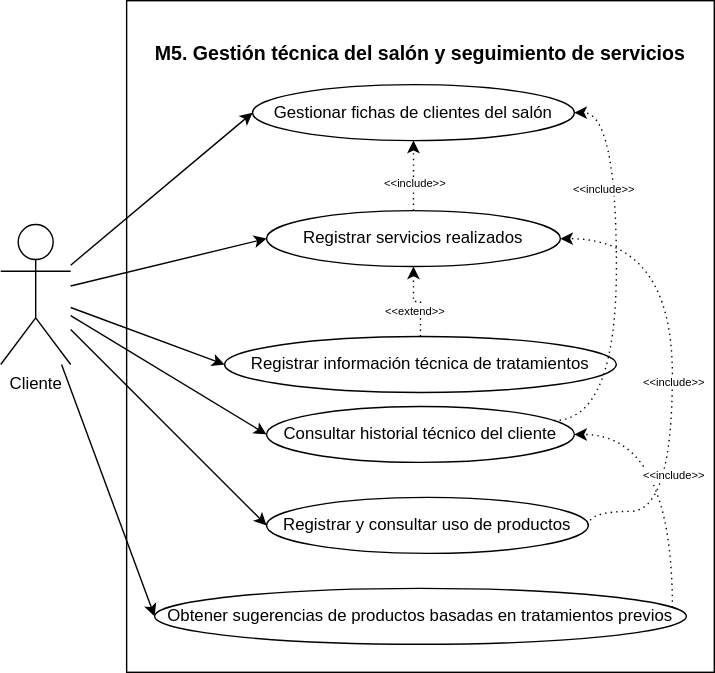
This is docs/docs/figures/UML/CasosDeUso/M5_CasosDeUso.svg from MadaoSurmanito/app-tfg, a draw.io export, as it was before one commit. Source tidied: cells renumbered, new cells last; positions are measured from the earlier drawing's top-left corner, leaving out a move shared by most shapes. Its diagram source:
```xml
<mxGraphModel>
  <root>
    <mxCell id="0" />
    <mxCell id="1" parent="0" />
    <mxCell id="2" value="&lt;h1&gt;&lt;font style=&quot;font-size: 14px;&quot;&gt;M5. Gestión técnica del salón y seguimiento de servicios&lt;/font&gt;&lt;/h1&gt;" style="rounded=0;whiteSpace=wrap;html=1;verticalAlign=top;spacing=0;labelPosition=center;verticalLabelPosition=middle;align=center;" parent="1" vertex="1">
      <mxGeometry x="90" width="420" height="480" as="geometry" />
    </mxCell>
    <mxCell id="3" value="Cliente" style="shape=umlActor;verticalLabelPosition=bottom;verticalAlign=top;html=1;outlineConnect=0;" parent="1" vertex="1">
      <mxGeometry y="160" width="50" height="100" as="geometry" />
    </mxCell>
    <mxCell id="4" value="Gestionar fichas de clientes del salón" style="ellipse;whiteSpace=wrap;html=1;" parent="1" vertex="1">
      <mxGeometry x="180" y="60" width="230" height="40" as="geometry" />
    </mxCell>
    <mxCell id="5" value="Registrar servicios realizados" style="ellipse;whiteSpace=wrap;html=1;" parent="1" vertex="1">
      <mxGeometry x="190" y="150" width="210" height="40" as="geometry" />
    </mxCell>
    <mxCell id="6" value="Registrar información técnica de tratamientos" style="ellipse;whiteSpace=wrap;html=1;" parent="1" vertex="1">
      <mxGeometry x="160" y="240" width="280" height="40" as="geometry" />
    </mxCell>
    <mxCell id="7" value="Consultar historial&amp;nbsp;técnico del cliente" style="ellipse;whiteSpace=wrap;html=1;" parent="1" vertex="1">
      <mxGeometry x="190" y="290" width="220" height="40" as="geometry" />
    </mxCell>
    <mxCell id="8" value="Registrar y consultar uso de productos" style="ellipse;whiteSpace=wrap;html=1;" parent="1" vertex="1">
      <mxGeometry x="190" y="355" width="230" height="40" as="geometry" />
    </mxCell>
    <mxCell id="9" value="Obtener sugerencias de productos basadas en tratamientos previos" style="ellipse;whiteSpace=wrap;html=1;" parent="1" vertex="1">
      <mxGeometry x="110" y="420" width="380" height="40" as="geometry" />
    </mxCell>
    <mxCell id="10" style="rounded=0;jettySize=auto;html=1;entryX=0;entryY=0.5;entryDx=0;entryDy=0;" parent="1" edge="1" source="3" target="4">
      <mxGeometry relative="1" as="geometry" />
    </mxCell>
    <mxCell id="11" style="rounded=0;jettySize=auto;html=1;entryX=0;entryY=0.5;entryDx=0;entryDy=0;" parent="1" edge="1" source="3" target="5">
      <mxGeometry relative="1" as="geometry" />
    </mxCell>
    <mxCell id="12" style="rounded=0;jettySize=auto;html=1;entryX=0;entryY=0.5;entryDx=0;entryDy=0;" parent="1" edge="1" source="3" target="6">
      <mxGeometry relative="1" as="geometry" />
    </mxCell>
    <mxCell id="13" style="rounded=0;jettySize=auto;html=1;entryX=0;entryY=0.5;entryDx=0;entryDy=0;" parent="1" edge="1" source="3" target="7">
      <mxGeometry relative="1" as="geometry" />
    </mxCell>
    <mxCell id="14" style="rounded=0;jettySize=auto;html=1;entryX=0;entryY=0.5;entryDx=0;entryDy=0;" parent="1" edge="1" source="3" target="8">
      <mxGeometry relative="1" as="geometry" />
    </mxCell>
    <mxCell id="15" style="rounded=0;jettySize=auto;html=1;entryX=0;entryY=0.5;entryDx=0;entryDy=0;" parent="1" edge="1" source="3" target="9">
      <mxGeometry relative="1" as="geometry" />
    </mxCell>
    <mxCell id="16" style="endArrow=classic;dashed=1;html=1;dashPattern=1 3;strokeWidth=1;rounded=0;endFill=1;startSize=4;endSize=6;" parent="1" edge="1" source="5" target="4">
      <mxGeometry relative="1" as="geometry" />
    </mxCell>
    <mxCell id="17" value="&amp;lt;&amp;lt;include&amp;gt;&amp;gt;" style="edgeLabel;html=1;align=center;verticalAlign=middle;fontSize=8;" parent="16" vertex="1">
      <mxGeometry x="-0.1" relative="1" as="geometry">
        <mxPoint y="3" as="offset" />
      </mxGeometry>
    </mxCell>
    <mxCell id="18" style="endArrow=classic;dashed=1;html=1;dashPattern=1 3;strokeWidth=1;rounded=0;endFill=1;startSize=4;endSize=6;edgeStyle=orthogonalEdgeStyle;" parent="1" edge="1" source="6" target="5">
      <mxGeometry relative="1" as="geometry" />
    </mxCell>
    <mxCell id="19" value="&amp;lt;&amp;lt;extend&amp;gt;&amp;gt;" style="edgeLabel;html=1;align=center;verticalAlign=middle;fontSize=8;" parent="18" vertex="1">
      <mxGeometry x="0.1" relative="1" as="geometry">
        <mxPoint y="7" as="offset" />
      </mxGeometry>
    </mxCell>
    <mxCell id="20" style="endArrow=classic;dashed=1;html=1;dashPattern=1 3;strokeWidth=1;rounded=0;endFill=1;startSize=4;endSize=6;edgeStyle=orthogonalEdgeStyle;curved=1;entryX=1;entryY=0.5;entryDx=0;entryDy=0;" parent="1" edge="1" source="7" target="4">
      <mxGeometry relative="1" as="geometry">
        <Array as="points">
          <mxPoint x="440" y="300" />
          <mxPoint x="440" y="80" />
        </Array>
      </mxGeometry>
    </mxCell>
    <mxCell id="21" value="&amp;lt;&amp;lt;include&amp;gt;&amp;gt;" style="edgeLabel;html=1;align=center;verticalAlign=middle;fontSize=8;" parent="20" vertex="1">
      <mxGeometry x="-0.1" relative="1" as="geometry">
        <mxPoint x="-10" y="-78" as="offset" />
      </mxGeometry>
    </mxCell>
    <mxCell id="22" style="endArrow=classic;dashed=1;html=1;dashPattern=1 3;strokeWidth=1;rounded=0;endFill=1;startSize=4;endSize=6;edgeStyle=orthogonalEdgeStyle;curved=1;exitX=1;exitY=0.5;exitDx=0;exitDy=0;" parent="1" edge="1" source="8" target="5">
      <mxGeometry relative="1" as="geometry">
        <Array as="points">
          <mxPoint x="480" y="365" />
          <mxPoint x="480" y="170" />
        </Array>
      </mxGeometry>
    </mxCell>
    <mxCell id="23" value="&amp;lt;&amp;lt;include&amp;gt;&amp;gt;" style="edgeLabel;html=1;align=center;verticalAlign=middle;fontSize=8;" parent="22" vertex="1">
      <mxGeometry x="-0.1" relative="1" as="geometry">
        <mxPoint y="-8" as="offset" />
      </mxGeometry>
    </mxCell>
    <mxCell id="24" style="endArrow=classic;dashed=1;html=1;dashPattern=1 3;strokeWidth=1;rounded=0;endFill=1;startSize=4;endSize=6;edgeStyle=orthogonalEdgeStyle;curved=1;entryX=1;entryY=0.5;entryDx=0;entryDy=0;" parent="1" edge="1" source="9" target="7">
      <mxGeometry relative="1" as="geometry">
        <Array as="points">
          <mxPoint x="480" y="430" />
          <mxPoint x="480" y="310" />
        </Array>
      </mxGeometry>
    </mxCell>
    <mxCell id="25" value="&amp;lt;&amp;lt;include&amp;gt;&amp;gt;" style="edgeLabel;html=1;align=center;verticalAlign=middle;fontSize=8;" parent="24" vertex="1">
      <mxGeometry x="-0.1" relative="1" as="geometry">
        <mxPoint y="-8" as="offset" />
      </mxGeometry>
    </mxCell>
  </root>
</mxGraphModel>
```
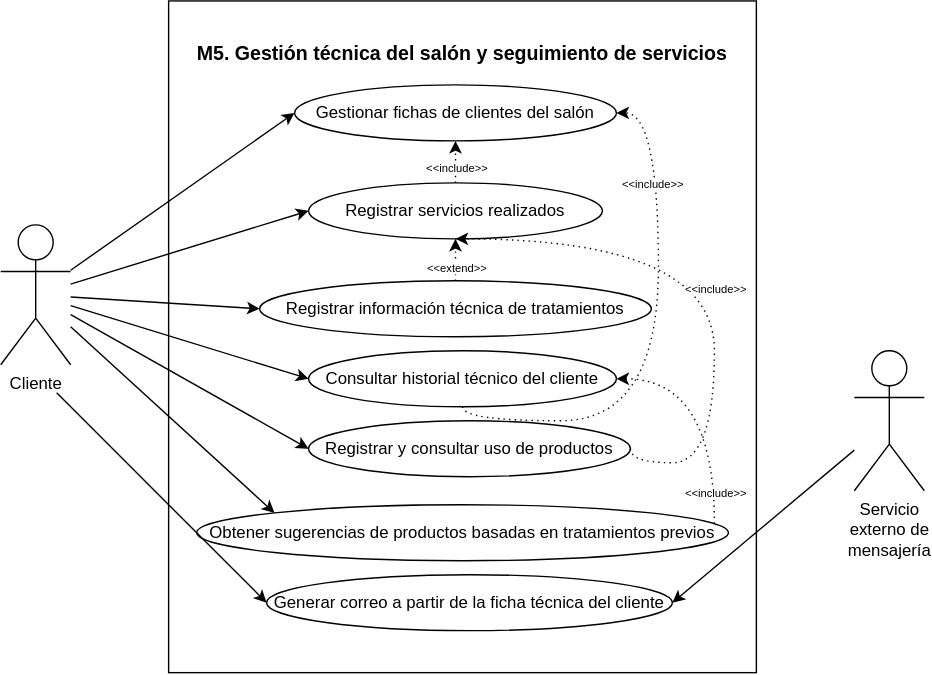
The same diagram one commit later.

Diff of the diagram source:
```diff
@@ -6,25 +6,25 @@
       <mxGeometry x="90" width="420" height="480" as="geometry" />
     </mxCell>
     <mxCell id="3" value="Cliente" style="shape=umlActor;verticalLabelPosition=bottom;verticalAlign=top;html=1;outlineConnect=0;" parent="1" vertex="1">
-      <mxGeometry y="160" width="50" height="100" as="geometry" />
+      <mxGeometry x="-30" y="160" width="50" height="100" as="geometry" />
     </mxCell>
     <mxCell id="4" value="Gestionar fichas de clientes del salón" style="ellipse;whiteSpace=wrap;html=1;" parent="1" vertex="1">
       <mxGeometry x="180" y="60" width="230" height="40" as="geometry" />
     </mxCell>
     <mxCell id="5" value="Registrar servicios realizados" style="ellipse;whiteSpace=wrap;html=1;" parent="1" vertex="1">
-      <mxGeometry x="190" y="150" width="210" height="40" as="geometry" />
+      <mxGeometry x="190" y="130" width="210" height="40" as="geometry" />
     </mxCell>
     <mxCell id="6" value="Registrar información técnica de tratamientos" style="ellipse;whiteSpace=wrap;html=1;" parent="1" vertex="1">
-      <mxGeometry x="160" y="240" width="280" height="40" as="geometry" />
+      <mxGeometry x="155" y="200" width="280" height="40" as="geometry" />
     </mxCell>
     <mxCell id="7" value="Consultar historial&amp;nbsp;técnico del cliente" style="ellipse;whiteSpace=wrap;html=1;" parent="1" vertex="1">
-      <mxGeometry x="190" y="290" width="220" height="40" as="geometry" />
+      <mxGeometry x="190" y="250" width="220" height="40" as="geometry" />
     </mxCell>
     <mxCell id="8" value="Registrar y consultar uso de productos" style="ellipse;whiteSpace=wrap;html=1;" parent="1" vertex="1">
-      <mxGeometry x="190" y="355" width="230" height="40" as="geometry" />
+      <mxGeometry x="190" y="300" width="230" height="40" as="geometry" />
     </mxCell>
     <mxCell id="9" value="Obtener sugerencias de productos basadas en tratamientos previos" style="ellipse;whiteSpace=wrap;html=1;" parent="1" vertex="1">
-      <mxGeometry x="110" y="420" width="380" height="40" as="geometry" />
+      <mxGeometry x="110" y="360" width="380" height="40" as="geometry" />
     </mxCell>
     <mxCell id="10" style="rounded=0;jettySize=auto;html=1;entryX=0;entryY=0.5;entryDx=0;entryDy=0;" parent="1" edge="1" source="3" target="4">
       <mxGeometry relative="1" as="geometry" />
@@ -41,7 +41,7 @@
     <mxCell id="14" style="rounded=0;jettySize=auto;html=1;entryX=0;entryY=0.5;entryDx=0;entryDy=0;" parent="1" edge="1" source="3" target="8">
       <mxGeometry relative="1" as="geometry" />
     </mxCell>
-    <mxCell id="15" style="rounded=0;jettySize=auto;html=1;entryX=0;entryY=0.5;entryDx=0;entryDy=0;" parent="1" edge="1" source="3" target="9">
+    <mxCell id="15" style="rounded=0;jettySize=auto;html=1;entryX=0;entryY=0;entryDx=0;entryDy=0;" parent="1" edge="1" source="3" target="9">
       <mxGeometry relative="1" as="geometry" />
     </mxCell>
     <mxCell id="16" style="endArrow=classic;dashed=1;html=1;dashPattern=1 3;strokeWidth=1;rounded=0;endFill=1;startSize=4;endSize=6;" parent="1" edge="1" source="5" target="4">
@@ -70,13 +70,14 @@
     </mxCell>
     <mxCell id="21" value="&amp;lt;&amp;lt;include&amp;gt;&amp;gt;" style="edgeLabel;html=1;align=center;verticalAlign=middle;fontSize=8;" parent="20" vertex="1">
       <mxGeometry x="-0.1" relative="1" as="geometry">
-        <mxPoint x="-10" y="-78" as="offset" />
+        <mxPoint x="-5" y="-140" as="offset" />
       </mxGeometry>
     </mxCell>
     <mxCell id="22" style="endArrow=classic;dashed=1;html=1;dashPattern=1 3;strokeWidth=1;rounded=0;endFill=1;startSize=4;endSize=6;edgeStyle=orthogonalEdgeStyle;curved=1;exitX=1;exitY=0.5;exitDx=0;exitDy=0;" parent="1" edge="1" source="8" target="5">
       <mxGeometry relative="1" as="geometry">
         <Array as="points">
-          <mxPoint x="480" y="365" />
+          <mxPoint x="420" y="330" />
+          <mxPoint x="480" y="330" />
           <mxPoint x="480" y="170" />
         </Array>
       </mxGeometry>
@@ -89,15 +90,28 @@
     <mxCell id="24" style="endArrow=classic;dashed=1;html=1;dashPattern=1 3;strokeWidth=1;rounded=0;endFill=1;startSize=4;endSize=6;edgeStyle=orthogonalEdgeStyle;curved=1;entryX=1;entryY=0.5;entryDx=0;entryDy=0;" parent="1" edge="1" source="9" target="7">
       <mxGeometry relative="1" as="geometry">
         <Array as="points">
-          <mxPoint x="480" y="430" />
-          <mxPoint x="480" y="310" />
+          <mxPoint x="480" y="270" />
         </Array>
       </mxGeometry>
     </mxCell>
     <mxCell id="25" value="&amp;lt;&amp;lt;include&amp;gt;&amp;gt;" style="edgeLabel;html=1;align=center;verticalAlign=middle;fontSize=8;" parent="24" vertex="1">
       <mxGeometry x="-0.1" relative="1" as="geometry">
-        <mxPoint y="-8" as="offset" />
+        <mxPoint y="55" as="offset" />
       </mxGeometry>
     </mxCell>
+    <mxCell id="26" value="Generar correo a partir de la ficha técnica del cliente" style="ellipse;whiteSpace=wrap;html=1;" parent="1" vertex="1">
+      <mxGeometry x="160" y="410" width="290" height="40" as="geometry" />
+    </mxCell>
+    <mxCell id="27" value="Servicio&lt;br&gt;externo de&lt;br&gt;mensajería" style="shape=umlActor;verticalLabelPosition=bottom;verticalAlign=top;html=1;outlineConnect=0;" parent="1" vertex="1">
+      <mxGeometry x="580" y="250" width="50" height="100" as="geometry" />
+    </mxCell>
+    <mxCell id="28" style="rounded=0;jettySize=auto;html=1;entryX=1;entryY=0.5;entryDx=0;entryDy=0;" parent="1" edge="1" source="27" target="26">
+      <mxGeometry relative="1" as="geometry" />
+    </mxCell>
+    <mxCell id="29" style="rounded=0;jettySize=auto;html=1;entryX=0;entryY=0.5;entryDx=0;entryDy=0;" parent="1" edge="1" target="26">
+      <mxGeometry relative="1" as="geometry">
+        <mxPoint x="10" y="280" as="sourcePoint" />
+      </mxGeometry>
+    </mxCell>
   </root>
 </mxGraphModel>
```
